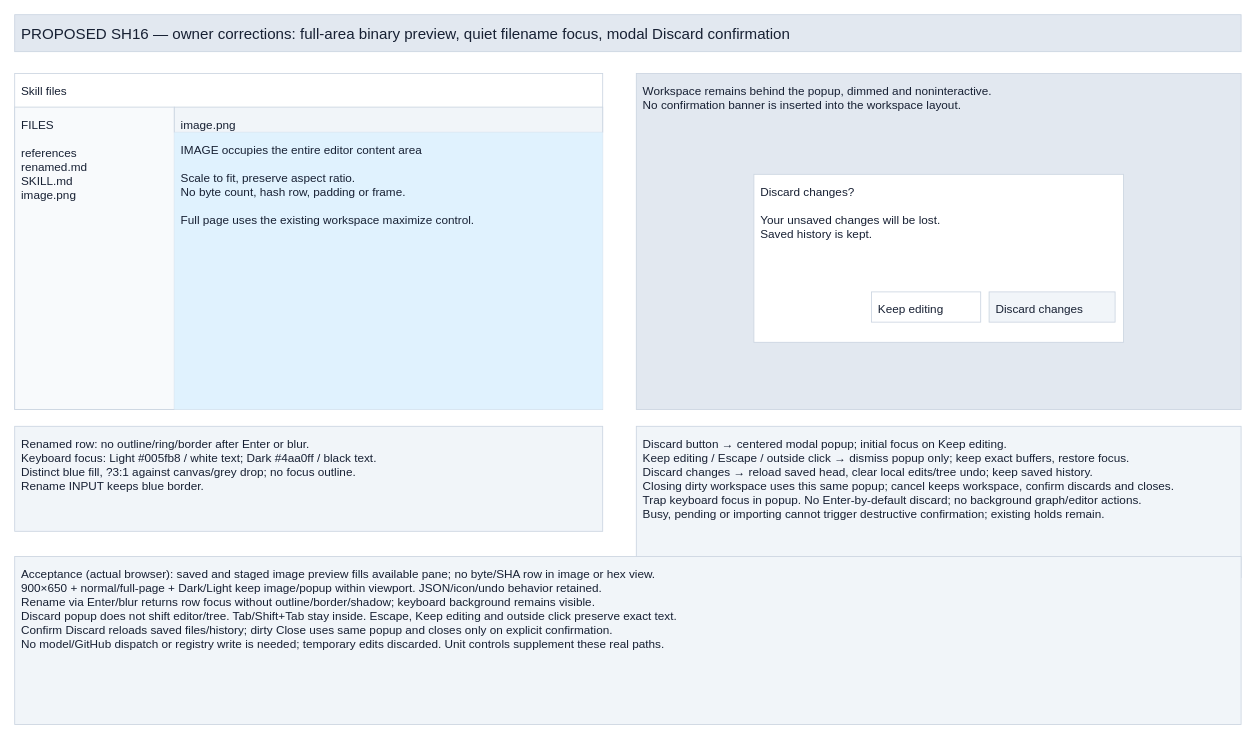
Above: page "SH16 Preview area and discard popup" (9 of 9) of projects/laomedo/subsystems/skill-registry/design/skill-files.drawio in amadou-6e/specs (draw.io), before the change. Source tidied: cells renumbered, new cells numbered last; positions are measured from the earlier drawing's top-left corner, leaving out a move shared by most shapes. Both pictures are drawn from the tidied source at 84%, with x=0, y=0 at pixel (14, 14).
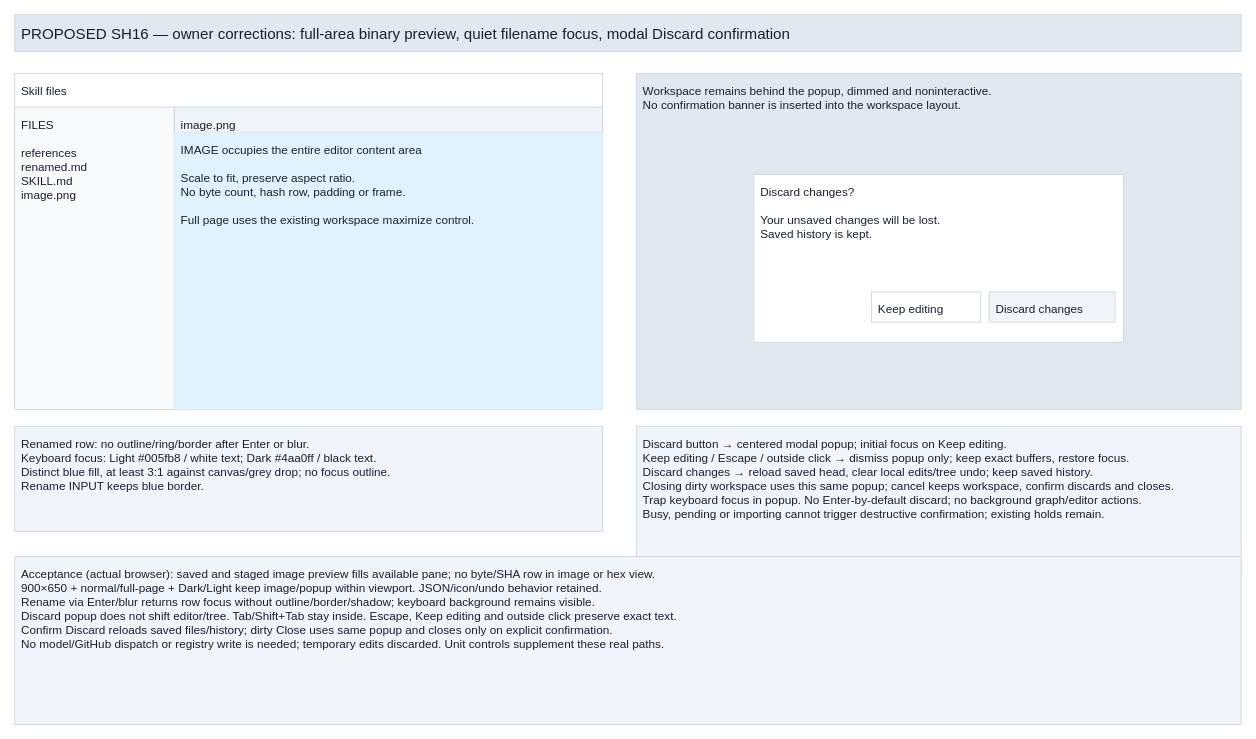
After the change.

Commit message:
Clarify keyboard focus contrast in the Skill preview design

Diff of the diagram source:
```diff
@@
 <mxGraphModel>
   <root>
     <mxCell id="0" />
     <mxCell id="1" parent="0" />
     <mxCell id="2" value="PROPOSED SH16 — owner corrections: full-area binary preview, quiet filename focus, modal Discard confirmation" style="rounded=0;whiteSpace=wrap;html=0;fillColor=#e2e8f0;strokeColor=#cbd5e1;fontColor=#172033;fontSize=18;fontFamily=Arial;align=left;verticalAlign=top;spacing=8;" parent="1" vertex="1">
       <mxGeometry width="1460" height="44" as="geometry" />
     </mxCell>
     <mxCell id="3" value="Skill files" style="rounded=0;whiteSpace=wrap;html=0;fillColor=#ffffff;strokeColor=#cbd5e1;fontColor=#172033;fontSize=14;fontFamily=Arial;align=left;verticalAlign=top;spacing=8;" parent="1" vertex="1">
       <mxGeometry y="70" width="700" height="400" as="geometry" />
     </mxCell>
     <mxCell id="4" value="FILES&#10;&#10;references&#10;    renamed.md&#10;SKILL.md&#10;image.png" style="rounded=0;whiteSpace=wrap;html=0;fillColor=#f8fafc;strokeColor=#cbd5e1;fontColor=#172033;fontSize=14;fontFamily=Arial;align=left;verticalAlign=top;spacing=8;" parent="1" vertex="1">
       <mxGeometry y="110" width="190" height="360" as="geometry" />
     </mxCell>
     <mxCell id="5" value="image.png" style="rounded=0;whiteSpace=wrap;html=0;fillColor=#f1f5f9;strokeColor=#cbd5e1;fontColor=#172033;fontSize=14;fontFamily=Arial;align=left;verticalAlign=top;spacing=8;" parent="1" vertex="1">
       <mxGeometry x="190" y="110" width="510" height="30" as="geometry" />
     </mxCell>
     <mxCell id="6" value="IMAGE occupies the entire editor content area&#10;&#10;Scale to fit, preserve aspect ratio.&#10;No byte count, hash row, padding or frame.&#10;&#10;Full page uses the existing workspace maximize control." style="rounded=0;whiteSpace=wrap;html=0;fillColor=#e0f2fe;strokeColor=none;fontColor=#172033;fontSize=14;fontFamily=Arial;align=left;verticalAlign=top;spacing=8;" parent="1" vertex="1">
       <mxGeometry x="190" y="140" width="510" height="330" as="geometry" />
     </mxCell>
-    <mxCell id="7" value="Renamed row: no outline/ring/border after Enter or blur.&#10;Keyboard focus: Light #005fb8 / white text; Dark #4aa0ff / black text.&#10;Distinct blue fill, ?3:1 against canvas/grey drop; no focus outline.&#10;Rename INPUT keeps blue border." style="rounded=0;whiteSpace=wrap;html=0;fillColor=#f1f5f9;strokeColor=#cbd5e1;fontColor=#172033;fontSize=14;fontFamily=Arial;align=left;verticalAlign=top;spacing=8;" parent="1" vertex="1">
+    <mxCell id="7" value="Renamed row: no outline/ring/border after Enter or blur.&#10;Keyboard focus: Light #005fb8 / white text; Dark #4aa0ff / black text.&#10;Distinct blue fill, at least 3:1 against canvas/grey drop; no focus outline.&#10;Rename INPUT keeps blue border." style="rounded=0;whiteSpace=wrap;html=0;fillColor=#f1f5f9;strokeColor=#cbd5e1;fontColor=#172033;fontSize=14;fontFamily=Arial;align=left;verticalAlign=top;spacing=8;" parent="1" vertex="1">
       <mxGeometry y="490" width="700" height="125" as="geometry" />
     </mxCell>
     <mxCell id="8" value="Workspace remains behind the popup, dimmed and noninteractive.&#10;No confirmation banner is inserted into the workspace layout." style="rounded=0;whiteSpace=wrap;html=0;fillColor=#e2e8f0;strokeColor=#cbd5e1;fontColor=#172033;fontSize=14;fontFamily=Arial;align=left;verticalAlign=top;spacing=8;" parent="1" vertex="1">
       <mxGeometry x="740" y="70" width="720" height="400" as="geometry" />
     </mxCell>
     <mxCell id="9" value="Discard changes?&#10;&#10;Your unsaved changes will be lost.&#10;Saved history is kept." style="rounded=0;whiteSpace=wrap;html=0;fillColor=#ffffff;strokeColor=#cbd5e1;fontColor=#172033;fontSize=14;fontFamily=Arial;align=left;verticalAlign=top;spacing=8;" parent="1" vertex="1">
       <mxGeometry x="880" y="190" width="440" height="200" as="geometry" />
     </mxCell>
     <mxCell id="10" value="Keep editing" style="rounded=0;whiteSpace=wrap;html=0;fillColor=#ffffff;strokeColor=#cbd5e1;fontColor=#172033;fontSize=14;fontFamily=Arial;align=left;verticalAlign=top;spacing=8;" parent="1" vertex="1">
       <mxGeometry x="1020" y="330" width="130" height="36" as="geometry" />
     </mxCell>
     <mxCell id="11" value="Discard changes" style="rounded=0;whiteSpace=wrap;html=0;fillColor=#f1f5f9;strokeColor=#cbd5e1;fontColor=#172033;fontSize=14;fontFamily=Arial;align=left;verticalAlign=top;spacing=8;" parent="1" vertex="1">
       <mxGeometry x="1160" y="330" width="150" height="36" as="geometry" />
     </mxCell>
     <mxCell id="12" value="Discard button → centered modal popup; initial focus on Keep editing.&#10;Keep editing / Escape / outside click → dismiss popup only; keep exact buffers, restore focus.&#10;Discard changes → reload saved head, clear local edits/tree undo; keep saved history.&#10;Closing dirty workspace uses this same popup; cancel keeps workspace, confirm discards and closes.&#10;Trap keyboard focus in popup. No Enter-by-default discard; no background graph/editor actions.&#10;Busy, pending or importing cannot trigger destructive confirmation; existing holds remain." style="rounded=0;whiteSpace=wrap;html=0;fillColor=#f1f5f9;strokeColor=#cbd5e1;fontColor=#172033;fontSize=14;fontFamily=Arial;align=left;verticalAlign=top;spacing=8;" parent="1" vertex="1">
       <mxGeometry x="740" y="490" width="720" height="180" as="geometry" />
     </mxCell>
     <mxCell id="13" value="Acceptance (actual browser): saved and staged image preview fills available pane; no byte/SHA row in image or hex view.&#10;900×650 + normal/full-page + Dark/Light keep image/popup within viewport. JSON/icon/undo behavior retained.&#10;Rename via Enter/blur returns row focus without outline/border/shadow; keyboard background remains visible.&#10;Discard popup does not shift editor/tree. Tab/Shift+Tab stay inside. Escape, Keep editing and outside click preserve exact text.&#10;Confirm Discard reloads saved files/history; dirty Close uses same popup and closes only on explicit confirmation.&#10;No model/GitHub dispatch or registry write is needed; temporary edits discarded. Unit controls supplement these real paths." style="rounded=0;whiteSpace=wrap;html=0;fillColor=#f1f5f9;strokeColor=#cbd5e1;fontColor=#172033;fontSize=14;fontFamily=Arial;align=left;verticalAlign=top;spacing=8;" parent="1" vertex="1">
       <mxGeometry y="645" width="1460" height="200" as="geometry" />
     </mxCell>
   </root>
 </mxGraphModel>
```
